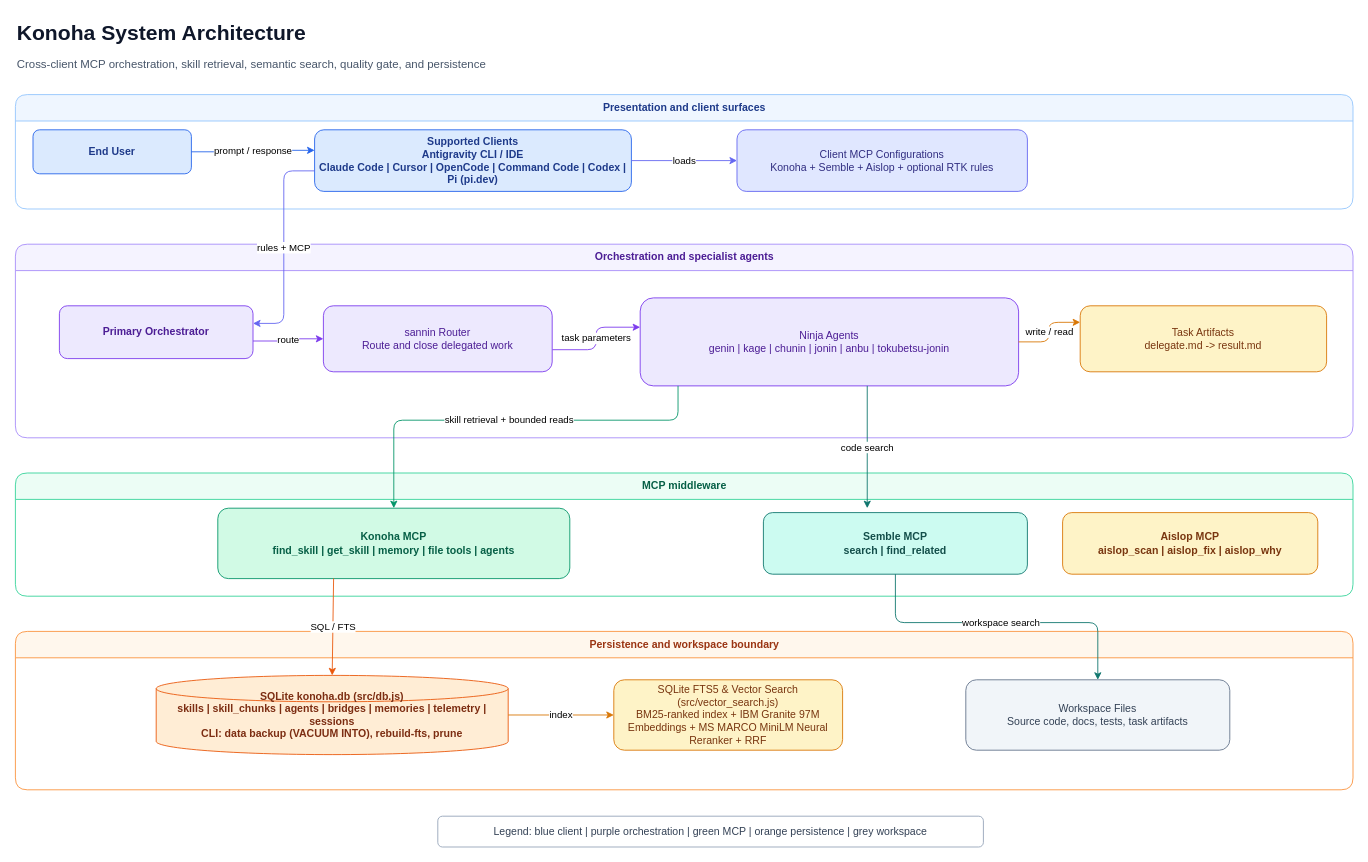
andycungkrinx91/konoha keeps this draw.io diagram as page "01 System Architecture" (1 of 15) of docs/diagrams/konoha-architecture.drawio. Above is the earlier version. Source tidied: cells renumbered, new cells numbered last; positions are measured from the earlier drawing's top-left corner, leaving out a move shared by most shapes. Both pictures are drawn from the tidied source at 88%, with x=0, y=0 at pixel (15, 15).
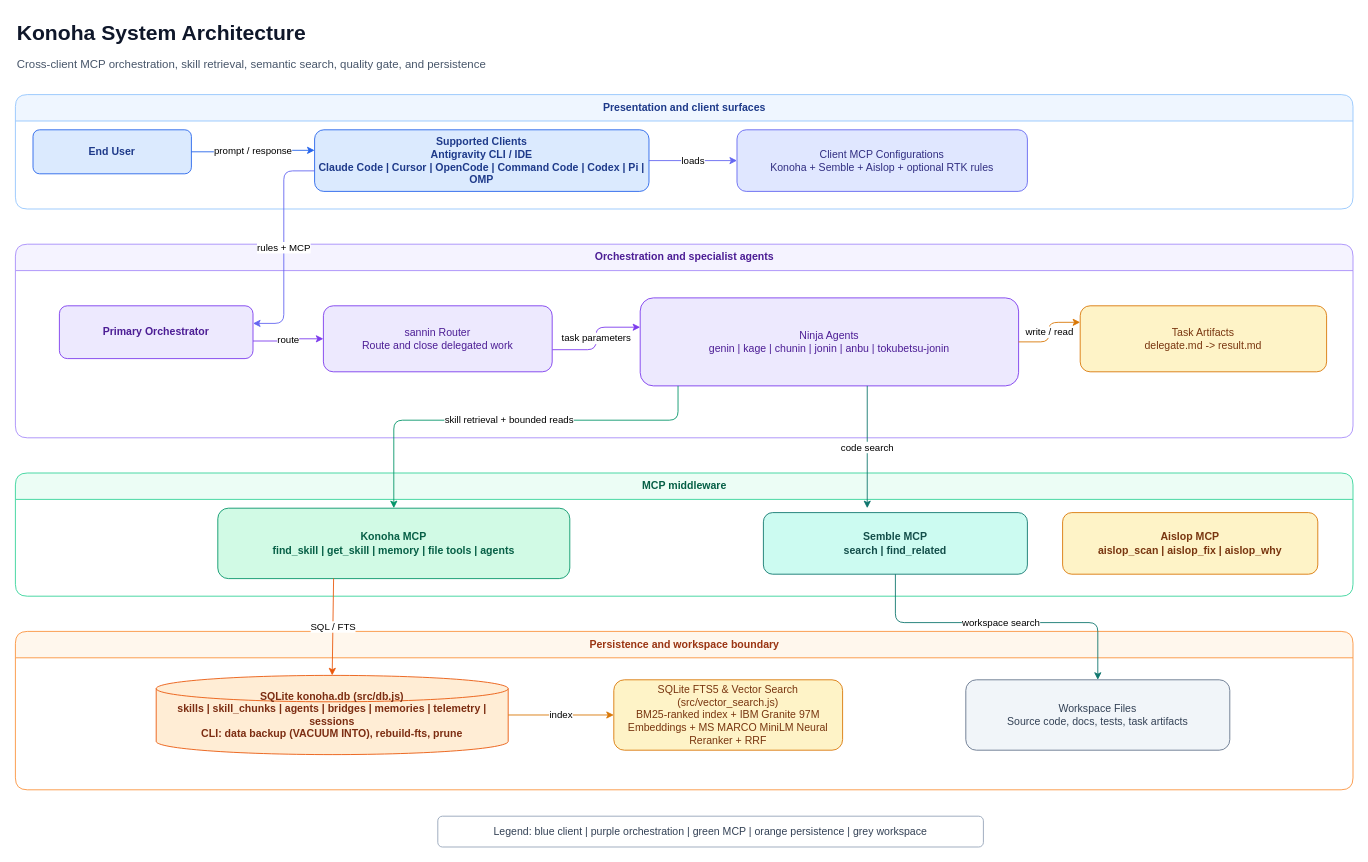
The same diagram, later.

Unchanged cells that the change refers to:
```xml
<mxCell id="4" value="Presentation and client surfaces" style="swimlane;html=1;rounded=1;startSize=30;fillColor=#eff6ff;strokeColor=#93c5fd;fontColor=#1e3a8a;fontStyle=1;" parent="1" vertex="1">
  <mxGeometry y="90" width="1520" height="130" as="geometry" />
</mxCell>
```

What changed in the source:
```diff
@@
-    <mxCell id="6" value="Supported Clients&#10;Antigravity CLI / IDE&#10;Claude Code | Cursor | OpenCode | Command Code | Codex | Pi (pi.dev)" style="rounded=1;html=1;whiteSpace=wrap;fillColor=#dbeafe;strokeColor=#2563eb;fontColor=#1e3a8a;fontStyle=1;" parent="4" vertex="1">
-      <mxGeometry x="340" y="40" width="360" height="70" as="geometry" />
+    <mxCell id="6" value="Supported Clients&#10;Antigravity CLI / IDE&#10;Claude Code | Cursor | OpenCode | Command Code | Codex | Pi | OMP" style="rounded=1;html=1;whiteSpace=wrap;fillColor=#dbeafe;strokeColor=#2563eb;fontColor=#1e3a8a;fontStyle=1;" parent="4" vertex="1">
+      <mxGeometry x="340" y="40" width="380" height="70" as="geometry" />
     </mxCell>
```
